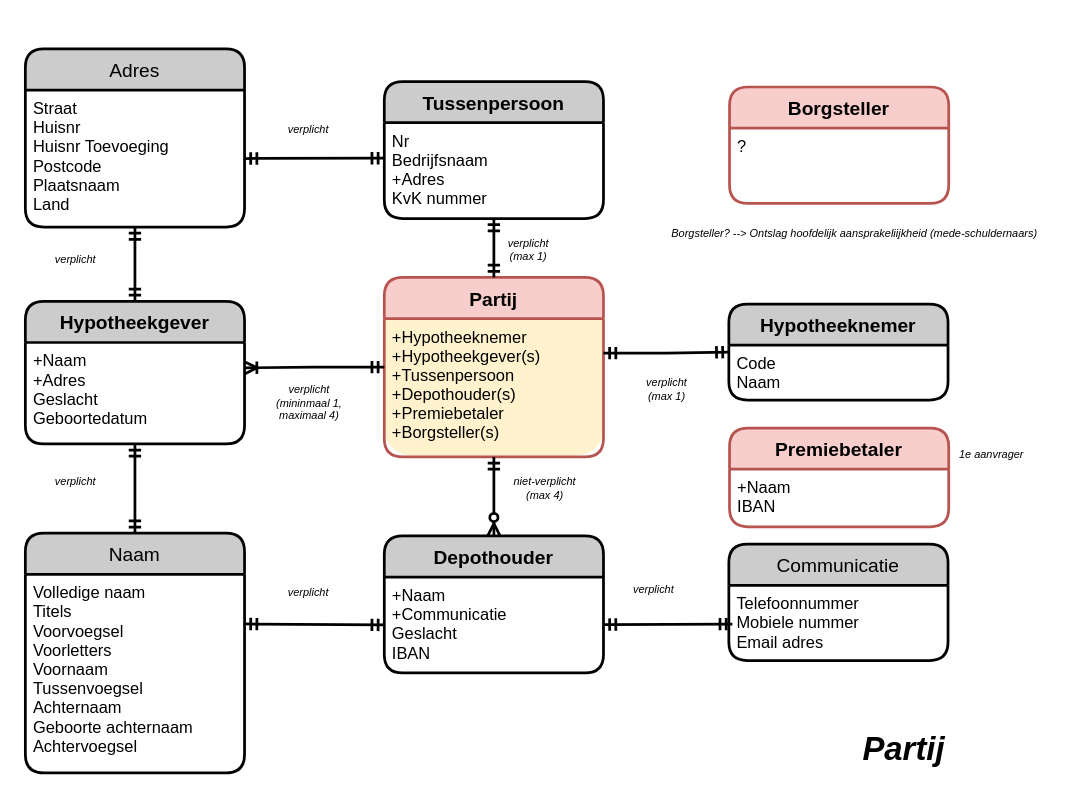
This is page "Partij" (4 of 6) of 3rdParty-HDN.drawio from luchthandel/diagrams, a draw.io file, before an edit. Source tidied: cells renumbered, new cells numbered last; positions are measured from the earlier drawing's top-left corner, leaving out a move shared by most shapes. Both pictures are drawn from the tidied source at 137%, with x=0, y=0 at pixel (25, 48).
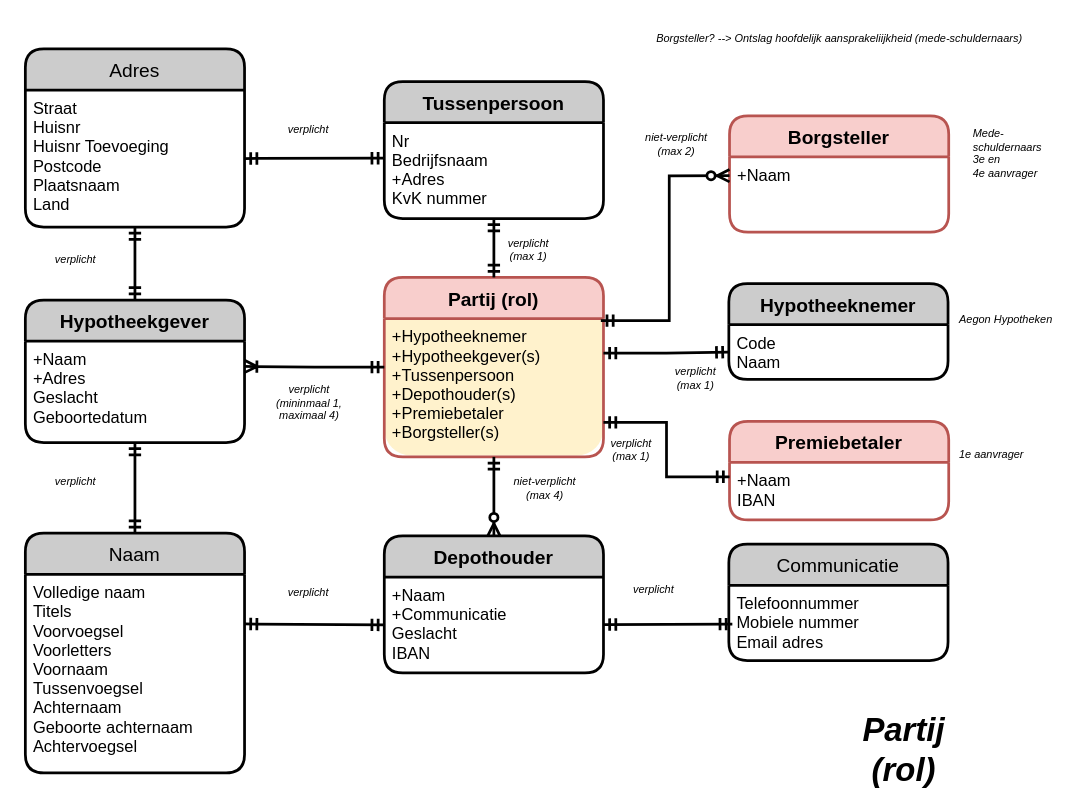
The same diagram, later.

The change refers to these unchanged cells:
```xml
<mxCell id="4" value="+Hypotheeknemer&#10;+Hypotheekgever(s)&#10;+Tussenpersoon&#10;+Depothouder(s)&#10;+Premiebetaler&#10;+Borgsteller(s)" style="align=left;strokeColor=none;fillColor=none;spacingLeft=4;fontSize=12;verticalAlign=top;" parent="3" vertex="1">
  <mxGeometry y="30" width="160" height="101" as="geometry" />
</mxCell>
<mxCell id="18" value="Code&#10;Naam" style="align=left;strokeColor=none;fillColor=none;spacingLeft=4;fontSize=12;verticalAlign=top;" parent="17" vertex="1">
  <mxGeometry y="30" width="160" height="40" as="geometry" />
</mxCell>
<mxCell id="39" value="+Naam&#10;IBAN" style="align=left;strokeColor=none;fillColor=none;spacingLeft=4;fontSize=12;verticalAlign=top;" parent="38" vertex="1">
  <mxGeometry y="30" width="160" height="42" as="geometry" />
</mxCell>
```

What changed in the source:
```diff
@@
-    <mxCell id="3" value="Partij" style="swimlane;horizontal=1;startSize=30;fillColor=#f8cecc;rounded=1;fontSize=14;fontStyle=1;strokeWidth=2;shadow=0;dashed=0;align=center;strokeColor=#b85450;" parent="1" vertex="1">
+    <mxCell id="3" value="Partij (rol)" style="swimlane;horizontal=1;startSize=30;fillColor=#f8cecc;rounded=1;fontSize=14;fontStyle=1;strokeWidth=2;shadow=0;dashed=0;align=center;strokeColor=#b85450;" parent="1" vertex="1">
       <mxGeometry x="262" y="167" width="160" height="131" as="geometry" />
     </mxCell>
@@
     <mxCell id="11" value="Hypotheekgever" style="swimlane;horizontal=1;startSize=30;fillColor=#CCCCCC;fontColor=#000000;rounded=1;fontSize=14;fontStyle=1;strokeWidth=2;shadow=0;dashed=0;align=center;" parent="1" vertex="1">
-      <mxGeometry y="184.5" width="160" height="104" as="geometry" />
+      <mxGeometry y="183.5" width="160" height="104" as="geometry" />
     </mxCell>
@@
     <mxCell id="17" value="Hypotheeknemer" style="swimlane;horizontal=1;startSize=30;fillColor=#CCCCCC;fontColor=#000000;rounded=1;fontSize=14;fontStyle=1;strokeWidth=2;shadow=0;dashed=0;align=center;" parent="1" vertex="1">
-      <mxGeometry x="513.5" y="186.5" width="160" height="70" as="geometry" />
+      <mxGeometry x="513.5" y="171.5" width="160" height="70" as="geometry" />
     </mxCell>
@@
-    <mxCell id="21" value="&lt;span style=&quot;font-size: 24px&quot;&gt;&lt;b&gt;&lt;i&gt;Partij&lt;/i&gt;&lt;/b&gt;&lt;/span&gt;" style="text;html=1;strokeColor=none;fillColor=none;align=center;verticalAlign=middle;whiteSpace=wrap;rounded=0;" parent="1" vertex="1">
+    <mxCell id="21" value="&lt;span style=&quot;font-size: 24px&quot;&gt;&lt;b&gt;&lt;i&gt;Partij (rol)&lt;/i&gt;&lt;/b&gt;&lt;/span&gt;" style="text;html=1;strokeColor=none;fillColor=none;align=center;verticalAlign=middle;whiteSpace=wrap;rounded=0;" parent="1" vertex="1">
       <mxGeometry x="590" y="494.5" width="103" height="34" as="geometry" />
     </mxCell>
-    <mxCell id="22" style="edgeStyle=orthogonalEdgeStyle;rounded=0;jettySize=auto;html=1;exitX=1;exitY=0.25;exitDx=0;exitDy=0;entryX=0;entryY=0.5;entryDx=0;entryDy=0;startArrow=ERmandOne;startFill=0;endArrow=ERmandOne;endFill=0;strokeWidth=2;fontSize=8;" parent="1" edge="1" source="4" target="17">
+    <mxCell id="22" style="edgeStyle=orthogonalEdgeStyle;rounded=0;jettySize=auto;html=1;exitX=1;exitY=0.25;exitDx=0;exitDy=0;entryX=0;entryY=0.5;entryDx=0;entryDy=0;startArrow=ERmandOne;startFill=0;endArrow=ERmandOne;endFill=0;strokeWidth=2;fontSize=8;" parent="1" edge="1" source="4" target="18">
       <mxGeometry relative="1" as="geometry" />
     </mxCell>
@@
     <mxCell id="25" value="verplicht&lt;br&gt;(max 1)" style="text;html=1;fontStyle=2;fontSize=8;align=center;" parent="1" vertex="1">
-      <mxGeometry x="443" y="232.5" width="50" height="30" as="geometry" />
+      <mxGeometry x="463.5" y="224.5" width="50" height="30" as="geometry" />
     </mxCell>
@@
     <mxCell id="38" value="Premiebetaler" style="swimlane;horizontal=1;startSize=30;fillColor=#f8cecc;rounded=1;fontSize=14;fontStyle=1;strokeWidth=2;shadow=0;dashed=0;align=center;strokeColor=#b85450;" parent="1" vertex="1">
-      <mxGeometry x="514" y="277" width="160" height="72" as="geometry" />
+      <mxGeometry x="514" y="272" width="160" height="72" as="geometry" />
     </mxCell>
@@
     <mxCell id="41" value="Borgsteller? --&amp;gt; Ontslag hoofdelijk aansprakeliijkheid (mede-schuldernaars)" style="text;html=1;fontStyle=2;fontSize=8;align=center;" parent="1" vertex="1">
-      <mxGeometry x="580" y="124" width="50" height="30" as="geometry" />
+      <mxGeometry x="569" y="-18" width="50" height="30" as="geometry" />
     </mxCell>
     <mxCell id="42" value="Borgsteller" style="swimlane;horizontal=1;startSize=30;fillColor=#f8cecc;rounded=1;fontSize=14;fontStyle=1;strokeWidth=2;shadow=0;dashed=0;align=center;strokeColor=#b85450;" parent="1" vertex="1">
-      <mxGeometry x="514" y="28" width="160" height="85" as="geometry" />
+      <mxGeometry x="514" y="49" width="160" height="85" as="geometry" />
     </mxCell>
-    <mxCell id="43" value="?" style="align=left;strokeColor=none;fillColor=none;spacingLeft=4;fontSize=12;verticalAlign=top;" parent="42" vertex="1">
+    <mxCell id="43" value="+Naam" style="align=left;strokeColor=none;fillColor=none;spacingLeft=4;fontSize=12;verticalAlign=top;" parent="42" vertex="1">
       <mxGeometry y="30" width="160" height="55" as="geometry" />
     </mxCell>
+    <mxCell id="44" style="rounded=0;jettySize=auto;html=1;exitX=0.988;exitY=0.015;exitDx=0;exitDy=0;entryX=0;entryY=0.25;entryDx=0;entryDy=0;startArrow=ERmandOne;startFill=0;endArrow=ERzeroToMany;endFill=1;strokeWidth=2;fontSize=8;exitPerimeter=0;edgeStyle=orthogonalEdgeStyle;" parent="1" edge="1" source="4" target="43">
+      <mxGeometry relative="1" as="geometry">
+        <Array as="points">
+          <mxPoint x="470" y="198" />
+          <mxPoint x="470" y="92" />
+        </Array>
+      </mxGeometry>
+    </mxCell>
+    <mxCell id="45" value="niet-verplicht&lt;br&gt;(max 2)" style="text;html=1;fontStyle=2;fontSize=8;align=center;" parent="1" vertex="1">
+      <mxGeometry x="450" y="53.5" width="50" height="30" as="geometry" />
+    </mxCell>
+    <mxCell id="46" style="edgeStyle=orthogonalEdgeStyle;rounded=0;jettySize=auto;html=1;exitX=1;exitY=0.75;exitDx=0;exitDy=0;entryX=0;entryY=0.25;entryDx=0;entryDy=0;endArrow=ERmandOne;endFill=0;startArrow=ERmandOne;startFill=0;strokeWidth=2;" parent="1" edge="1" source="4" target="39">
+      <mxGeometry relative="1" as="geometry" />
+    </mxCell>
+    <mxCell id="47" value="verplicht&lt;br&gt;(max 1)" style="text;html=1;fontStyle=2;fontSize=8;align=center;" parent="1" vertex="1">
+      <mxGeometry x="417" y="277" width="50" height="30" as="geometry" />
+    </mxCell>
+    <mxCell id="48" value="Aegon Hypotheken" style="text;html=1;fontStyle=2;fontSize=8;align=left;" parent="1" vertex="1">
+      <mxGeometry x="680" y="186.5" width="50" height="30" as="geometry" />
+    </mxCell>
+    <mxCell id="49" value="Mede-&lt;br&gt;schuldernaars&lt;br&gt;3e en&amp;nbsp;&lt;br&gt;4e aanvrager" style="text;html=1;fontStyle=2;fontSize=8;align=left;" parent="1" vertex="1">
+      <mxGeometry x="690" y="51" width="50" height="30" as="geometry" />
+    </mxCell>
```
